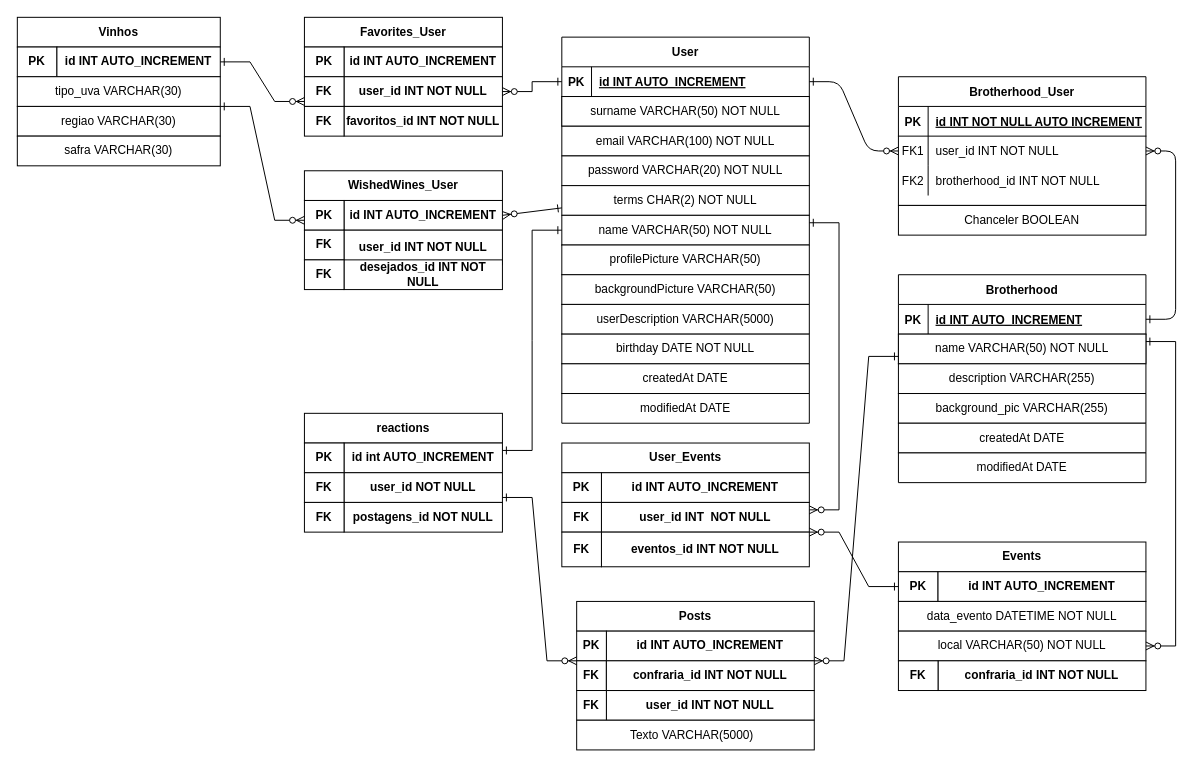
Above: ModeloBancoDeDados.drawio in jairocket/projetoIntegrador-Wined (draw.io), before the change. Source tidied: cells renumbered, new cells numbered last; positions are measured from the earlier drawing's top-left corner, leaving out a move shared by most shapes. Both pictures are drawn from the tidied source at 99%, with x=0, y=0 at pixel (17, 17).
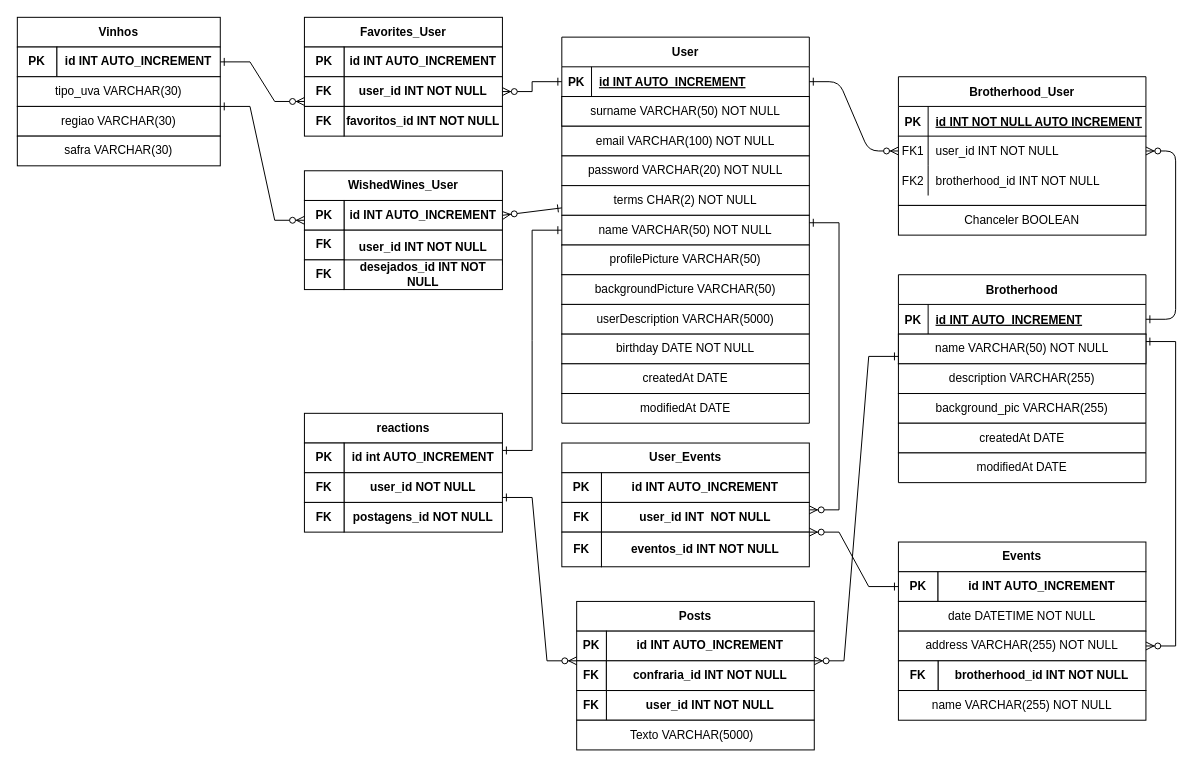
After the change.

Change to the diagram source:
```diff
@@
-    <mxCell id="32" value="data_evento DATETIME NOT NULL" style="rounded=0;whiteSpace=wrap;html=1;" parent="1" vertex="1">
+    <mxCell id="32" value="date DATETIME NOT NULL" style="rounded=0;whiteSpace=wrap;html=1;" parent="1" vertex="1">
       <mxGeometry x="890" y="590" width="250" height="30" as="geometry" />
     </mxCell>
-    <mxCell id="33" value="local VARCHAR(50) NOT NULL" style="rounded=0;whiteSpace=wrap;html=1;" parent="1" vertex="1">
+    <mxCell id="33" value="address VARCHAR(255) NOT NULL" style="rounded=0;whiteSpace=wrap;html=1;" parent="1" vertex="1">
       <mxGeometry x="890" y="620" width="250" height="30" as="geometry" />
     </mxCell>
-    <mxCell id="34" value="&lt;b&gt;confraria_id INT NOT NULL&lt;/b&gt;" style="rounded=0;whiteSpace=wrap;html=1;" parent="1" vertex="1">
+    <mxCell id="34" value="&lt;b&gt;brotherhood_id INT NOT NULL&lt;/b&gt;" style="rounded=0;whiteSpace=wrap;html=1;" parent="1" vertex="1">
       <mxGeometry x="930" y="650" width="210" height="30" as="geometry" />
     </mxCell>
@@
+    <mxCell id="123" value="name VARCHAR(255) NOT NULL" style="rounded=0;whiteSpace=wrap;html=1;" parent="1" vertex="1">
+      <mxGeometry x="890" y="680" width="250" height="30" as="geometry" />
+    </mxCell>
```
